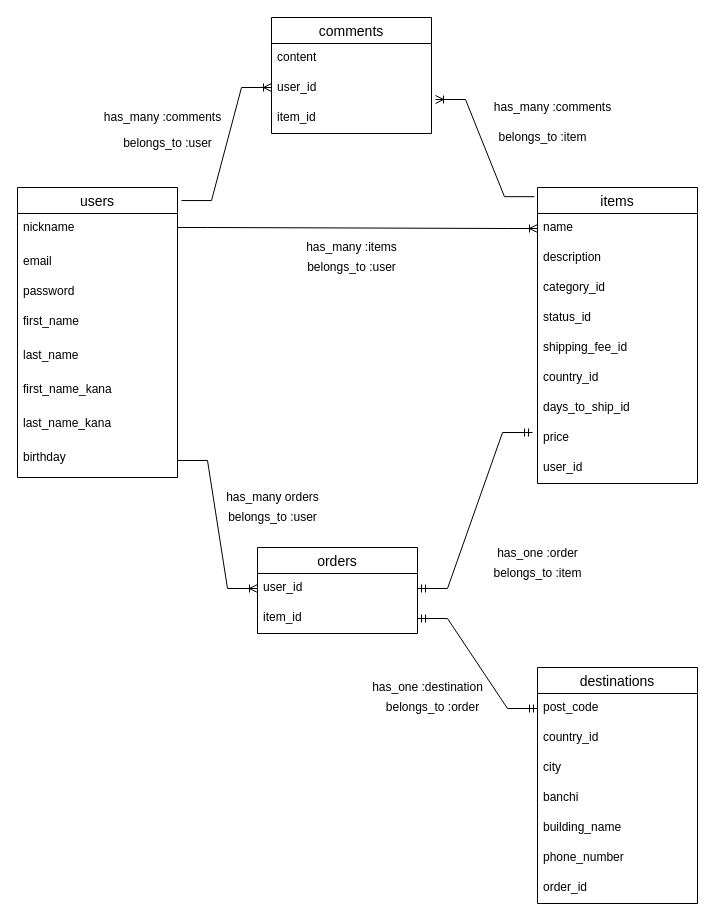
Earlier version of the draw.io diagram ER図.dio (teiteipan06/furima-38181). Source tidied: cells renumbered, new cells numbered last; positions are measured from the earlier drawing's top-left corner, leaving out a move shared by most shapes. Both pictures are drawn from the tidied source at 100%, with x=0, y=0 at pixel (17, 17).
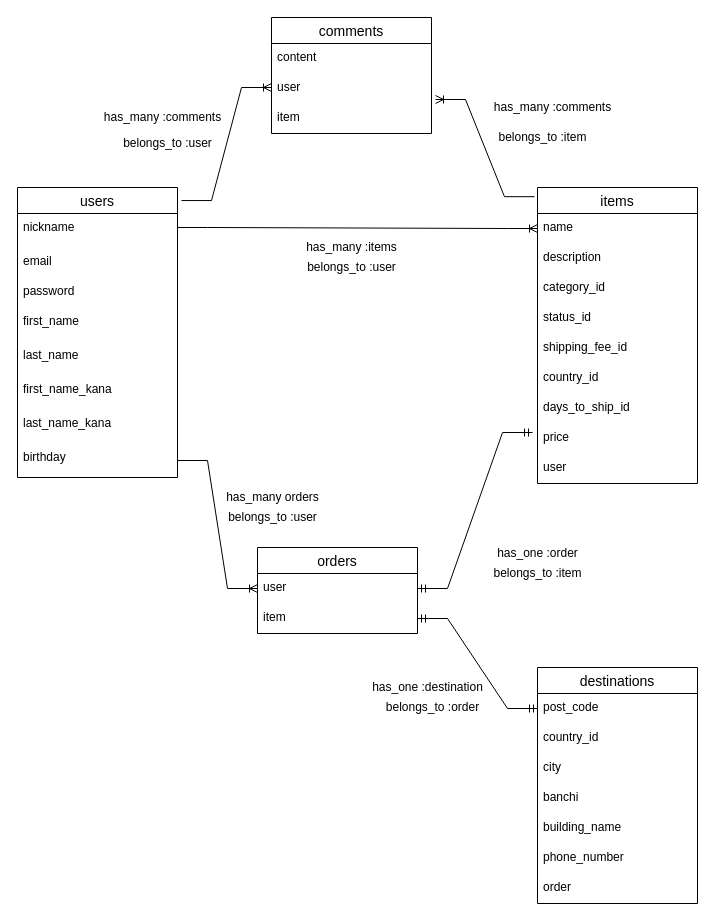
After the change.

Commit message (it also covers changes not shown here):
カラム名の修正

Unchanged cells that the change refers to:
```xml
<mxCell id="2" value="items" style="swimlane;fontStyle=0;horizontal=1;startSize=26;align=center;fontSize=14;" parent="1" vertex="1">
  <mxGeometry x="520" y="170" width="160" height="296" as="geometry" />
</mxCell>
<mxCell id="12" value="orders" style="swimlane;fontStyle=0;horizontal=1;startSize=26;align=center;fontSize=14;" parent="1" vertex="1">
  <mxGeometry x="240" y="530" width="160" height="86" as="geometry" />
</mxCell>
<mxCell id="15" value="destinations" style="swimlane;fontStyle=0;horizontal=1;startSize=26;align=center;fontSize=14;" parent="1" vertex="1">
  <mxGeometry x="520" y="650" width="160" height="236" as="geometry" />
</mxCell>
<mxCell id="44" value="comments" style="swimlane;fontStyle=0;horizontal=1;startSize=26;align=center;fontSize=14;" parent="1" vertex="1">
  <mxGeometry x="254" width="160" height="116" as="geometry" />
</mxCell>
```

Change to the diagram source:
```diff
@@
-    <mxCell id="11" value="user_id" style="text;strokeColor=none;fillColor=none;spacingLeft=4;spacingRight=4;overflow=hidden;fontSize=12;" parent="2" vertex="1">
+    <mxCell id="11" value="user" style="text;strokeColor=none;fillColor=none;spacingLeft=4;spacingRight=4;overflow=hidden;fontSize=12;" parent="2" vertex="1">
       <mxGeometry y="266" width="160" height="30" as="geometry" />
     </mxCell>
@@
-    <mxCell id="13" value="user_id" style="text;strokeColor=none;fillColor=none;spacingLeft=4;spacingRight=4;overflow=hidden;points=[[0,0.5],[1,0.5]];portConstraint=eastwest;fontSize=12;" parent="12" vertex="1">
+    <mxCell id="13" value="user" style="text;strokeColor=none;fillColor=none;spacingLeft=4;spacingRight=4;overflow=hidden;points=[[0,0.5],[1,0.5]];portConstraint=eastwest;fontSize=12;" parent="12" vertex="1">
       <mxGeometry y="26" width="160" height="30" as="geometry" />
     </mxCell>
-    <mxCell id="14" value="item_id" style="text;strokeColor=none;fillColor=none;spacingLeft=4;spacingRight=4;overflow=hidden;points=[[0,0.5],[1,0.5]];portConstraint=eastwest;fontSize=12;" parent="12" vertex="1">
+    <mxCell id="14" value="item" style="text;strokeColor=none;fillColor=none;spacingLeft=4;spacingRight=4;overflow=hidden;points=[[0,0.5],[1,0.5]];portConstraint=eastwest;fontSize=12;" parent="12" vertex="1">
       <mxGeometry y="56" width="160" height="30" as="geometry" />
     </mxCell>
@@
-    <mxCell id="22" value="order_id" style="text;strokeColor=none;fillColor=none;spacingLeft=4;spacingRight=4;overflow=hidden;fontSize=12;" parent="15" vertex="1">
+    <mxCell id="22" value="order" style="text;strokeColor=none;fillColor=none;spacingLeft=4;spacingRight=4;overflow=hidden;fontSize=12;" parent="15" vertex="1">
       <mxGeometry y="206" width="160" height="30" as="geometry" />
     </mxCell>
@@
-    <mxCell id="46" value="user_id" style="text;strokeColor=none;fillColor=none;spacingLeft=4;spacingRight=4;overflow=hidden;fontSize=12;" parent="44" vertex="1">
+    <mxCell id="46" value="user" style="text;strokeColor=none;fillColor=none;spacingLeft=4;spacingRight=4;overflow=hidden;fontSize=12;" parent="44" vertex="1">
       <mxGeometry y="56" width="160" height="30" as="geometry" />
     </mxCell>
-    <mxCell id="47" value="item_id" style="text;strokeColor=none;fillColor=none;spacingLeft=4;spacingRight=4;overflow=hidden;points=[[0,0.5],[1,0.5]];portConstraint=eastwest;fontSize=12;" parent="44" vertex="1">
+    <mxCell id="47" value="item" style="text;strokeColor=none;fillColor=none;spacingLeft=4;spacingRight=4;overflow=hidden;points=[[0,0.5],[1,0.5]];portConstraint=eastwest;fontSize=12;" parent="44" vertex="1">
       <mxGeometry y="86" width="160" height="30" as="geometry" />
     </mxCell>
```
